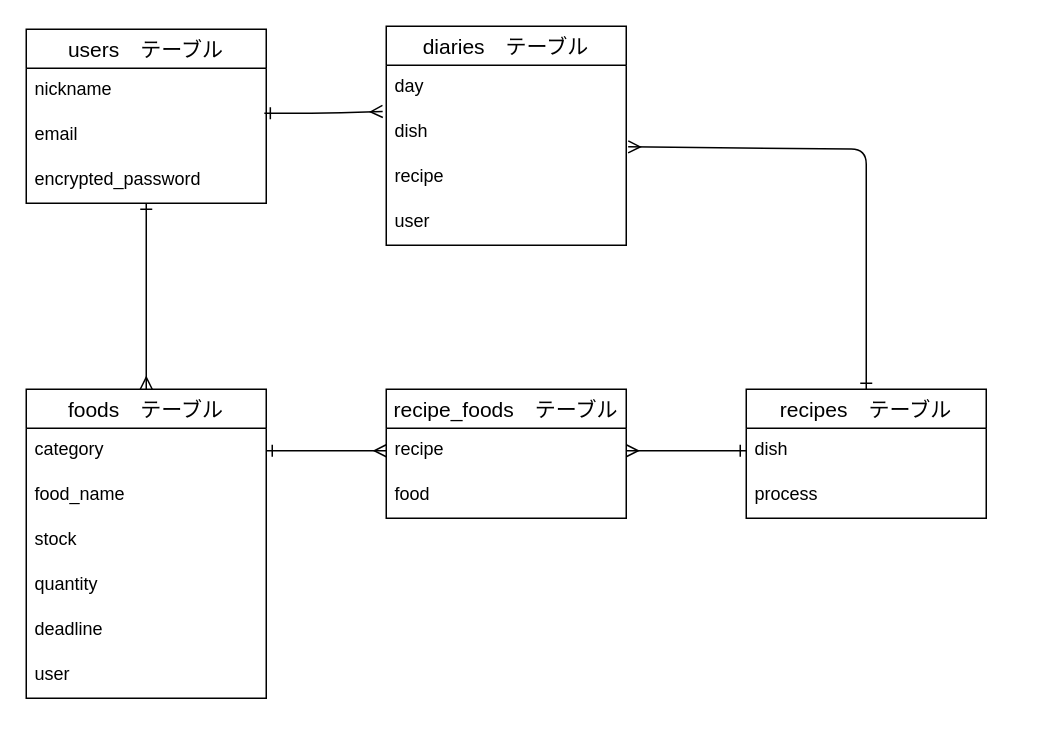
This is deta.dio from lemon78787878/mmm, a draw.io file, before an edit. Source tidied: cells renumbered, new cells numbered last; positions are measured from the earlier drawing's top-left corner, leaving out a move shared by most shapes. Both pictures are drawn from the tidied source at 150%, with x=0, y=0 at pixel (26, 26).
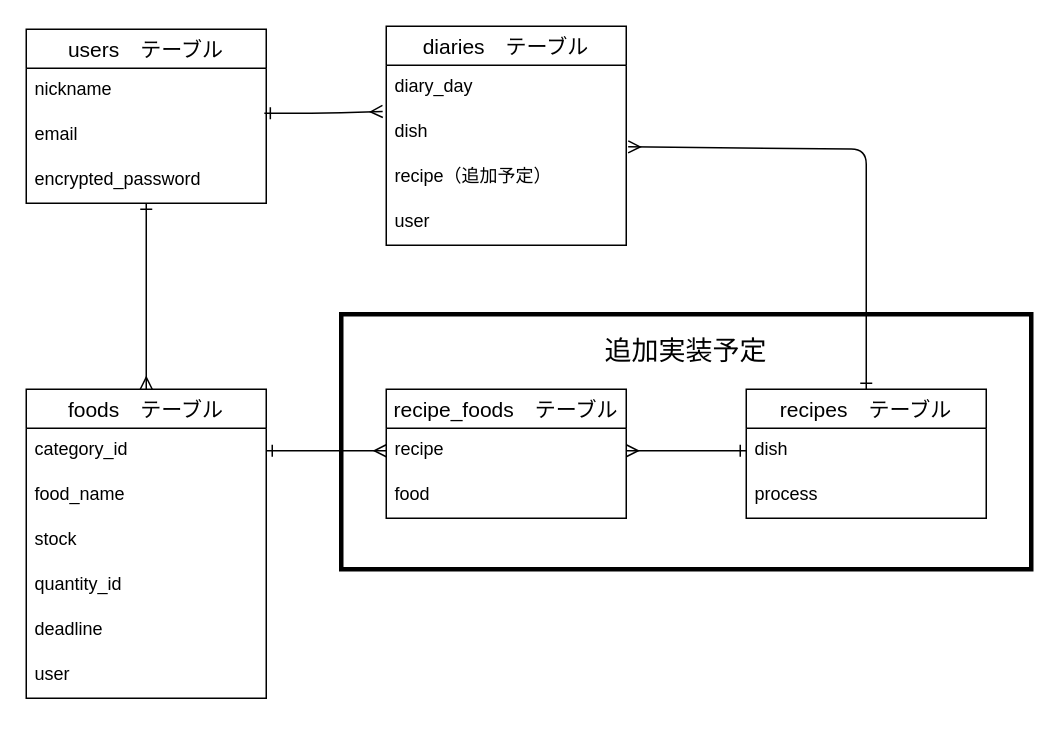
The same page after the edit.

Unchanged cells that the change refers to:
```xml
<mxCell id="12" value="diaries　テーブル" style="swimlane;fontStyle=0;horizontal=1;startSize=26;align=center;fontSize=14;" parent="1" vertex="1">
  <mxGeometry x="240" width="160" height="146" as="geometry" />
</mxCell>
<mxCell id="17" value="foods　テーブル" style="swimlane;fontStyle=0;horizontal=1;startSize=26;align=center;fontSize=14;" parent="1" vertex="1">
  <mxGeometry y="242" width="160" height="206" as="geometry" />
</mxCell>
```

Diff of the diagram source:
```diff
@@
-    <mxCell id="13" value="day" style="text;strokeColor=none;fillColor=none;spacingLeft=4;spacingRight=4;overflow=hidden;fontSize=12;" parent="12" vertex="1">
+    <mxCell id="13" value="diary_day" style="text;strokeColor=none;fillColor=none;spacingLeft=4;spacingRight=4;overflow=hidden;fontSize=12;" parent="12" vertex="1">
       <mxGeometry y="26" width="160" height="30" as="geometry" />
     </mxCell>
@@
-    <mxCell id="15" value="recipe" style="text;strokeColor=none;fillColor=none;spacingLeft=4;spacingRight=4;overflow=hidden;fontSize=12;" parent="12" vertex="1">
+    <mxCell id="15" value="recipe（追加予定）" style="text;strokeColor=none;fillColor=none;spacingLeft=4;spacingRight=4;overflow=hidden;fontSize=12;" parent="12" vertex="1">
       <mxGeometry y="86" width="160" height="30" as="geometry" />
     </mxCell>
@@
-    <mxCell id="18" value="category" style="text;strokeColor=none;fillColor=none;spacingLeft=4;spacingRight=4;overflow=hidden;points=[[0,0.5],[1,0.5]];portConstraint=eastwest;fontSize=12;" parent="17" vertex="1">
+    <mxCell id="18" value="category_id&#10;&#10;" style="text;strokeColor=none;fillColor=none;spacingLeft=4;spacingRight=4;overflow=hidden;points=[[0,0.5],[1,0.5]];portConstraint=eastwest;fontSize=12;" parent="17" vertex="1">
       <mxGeometry y="26" width="160" height="30" as="geometry" />
     </mxCell>
@@
-    <mxCell id="21" value="quantity" style="text;strokeColor=none;fillColor=none;spacingLeft=4;spacingRight=4;overflow=hidden;fontSize=12;" parent="17" vertex="1">
+    <mxCell id="21" value="quantity_id " style="text;strokeColor=none;fillColor=none;spacingLeft=4;spacingRight=4;overflow=hidden;fontSize=12;" parent="17" vertex="1">
       <mxGeometry y="116" width="160" height="30" as="geometry" />
     </mxCell>
@@
+    <mxCell id="29" style="rounded=0;whiteSpace=wrap;html=1;fillColor=none;strokeWidth=3;" parent="1" vertex="1">
+      <mxGeometry x="210" y="192" width="460" height="170" as="geometry" />
+    </mxCell>
+    <mxCell id="30" value="&lt;font style=&quot;font-size: 18px;&quot;&gt;追加実装予定&lt;/font&gt;" style="text;html=1;strokeColor=none;fillColor=none;align=center;verticalAlign=middle;whiteSpace=wrap;rounded=0;strokeWidth=3;" parent="1" vertex="1">
+      <mxGeometry x="345" y="192" width="190" height="50" as="geometry" />
+    </mxCell>
```
